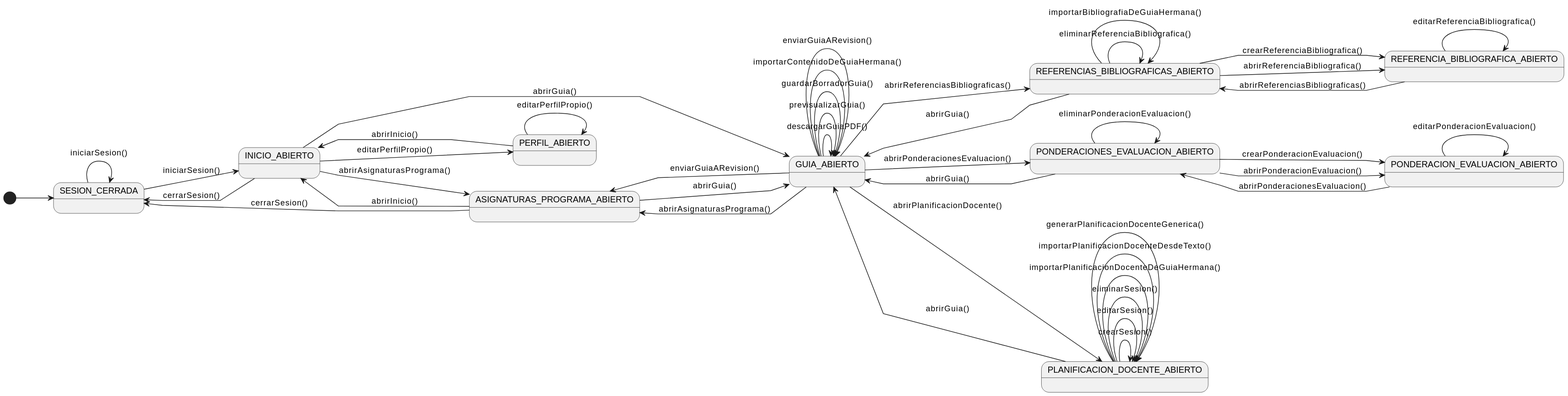
Above: images/RUP/01-requisitos/01-actores-casos-uso/diagramaContextoProfesor.svg in mmasias/pyCeldaPublico (PlantUML), before the change.
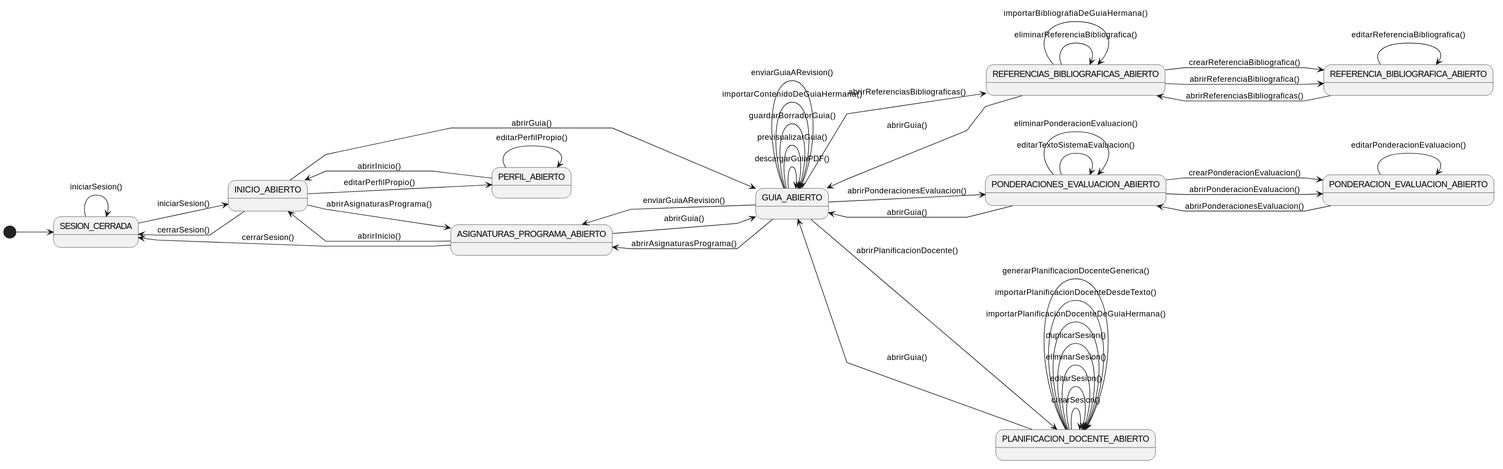
Later version of the same file.

The edit, as a diff of the source:
```diff
@@ -35,6 +35,7 @@
 
 GUIA_ABIERTO --> PONDERACIONES_EVALUACION_ABIERTO : abrirPonderacionesEvaluacion()
 
+PONDERACIONES_EVALUACION_ABIERTO --> PONDERACIONES_EVALUACION_ABIERTO : editarTextoSistemaEvaluacion()
 PONDERACIONES_EVALUACION_ABIERTO --> PONDERACION_EVALUACION_ABIERTO : crearPonderacionEvaluacion()
 PONDERACIONES_EVALUACION_ABIERTO --> PONDERACION_EVALUACION_ABIERTO : abrirPonderacionEvaluacion()
 PONDERACIONES_EVALUACION_ABIERTO --> PONDERACIONES_EVALUACION_ABIERTO : eliminarPonderacionEvaluacion()
@@ -47,6 +48,7 @@
 PLANIFICACION_DOCENTE_ABIERTO --> PLANIFICACION_DOCENTE_ABIERTO : crearSesion()
 PLANIFICACION_DOCENTE_ABIERTO --> PLANIFICACION_DOCENTE_ABIERTO : editarSesion()
 PLANIFICACION_DOCENTE_ABIERTO --> PLANIFICACION_DOCENTE_ABIERTO : eliminarSesion()
+PLANIFICACION_DOCENTE_ABIERTO --> PLANIFICACION_DOCENTE_ABIERTO : duplicarSesion()
 PLANIFICACION_DOCENTE_ABIERTO --> PLANIFICACION_DOCENTE_ABIERTO : importarPlanificacionDocenteDeGuiaHermana()
 PLANIFICACION_DOCENTE_ABIERTO --> PLANIFICACION_DOCENTE_ABIERTO : importarPlanificacionDocenteDesdeTexto()
 PLANIFICACION_DOCENTE_ABIERTO --> PLANIFICACION_DOCENTE_ABIERTO : generarPlanificacionDocenteGenerica()
```
